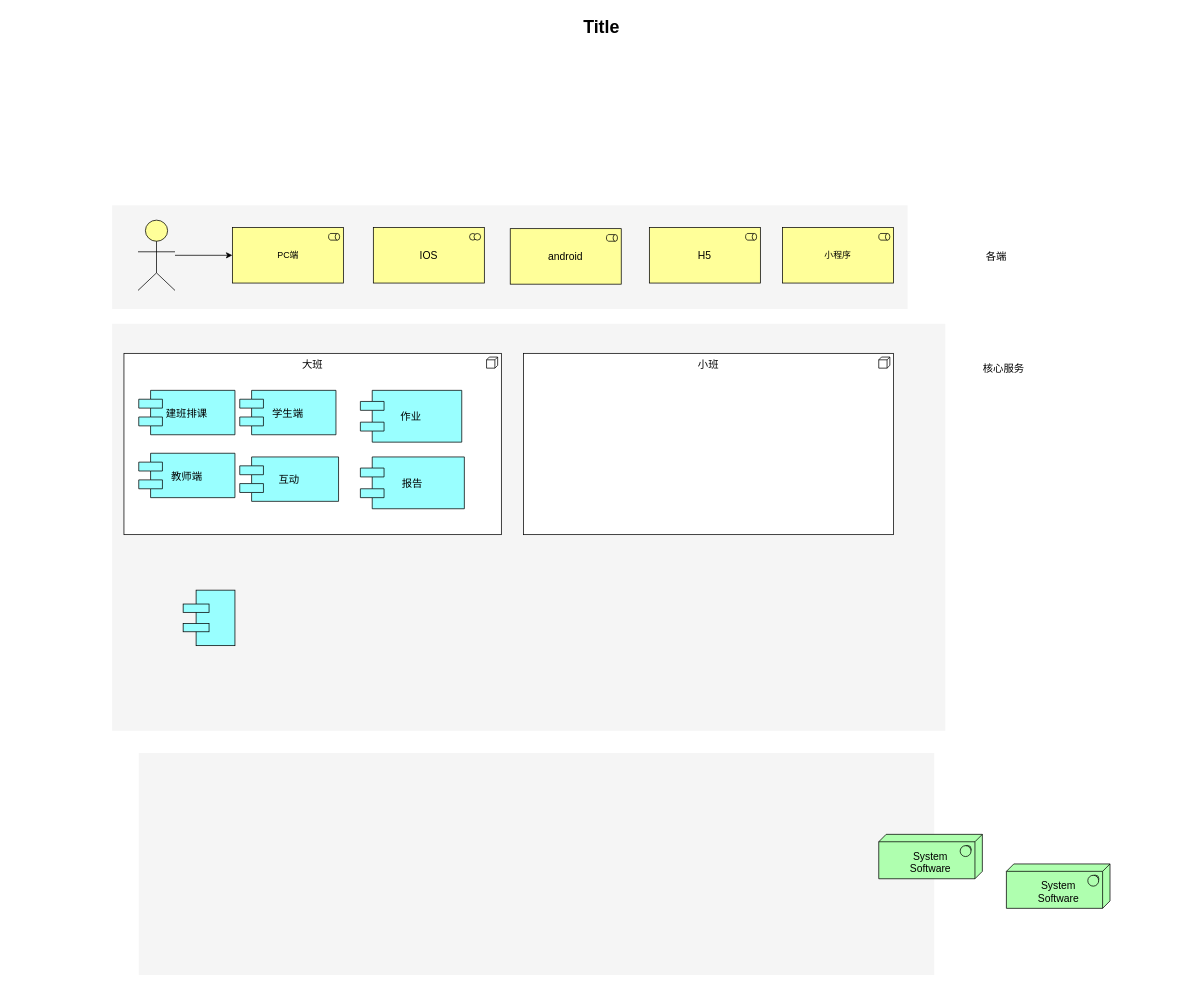
likedong/ho keeps this draw.io diagram as src/main/resources/爱学习业务架构图.drawio. Above is the earlier version. Source tidied: cells renumbered, new cells numbered last; positions are measured from the earlier drawing's top-left corner, leaving out a move shared by most shapes. Both pictures are drawn from the tidied source at 74%, with x=0, y=0 at pixel (13, 13).
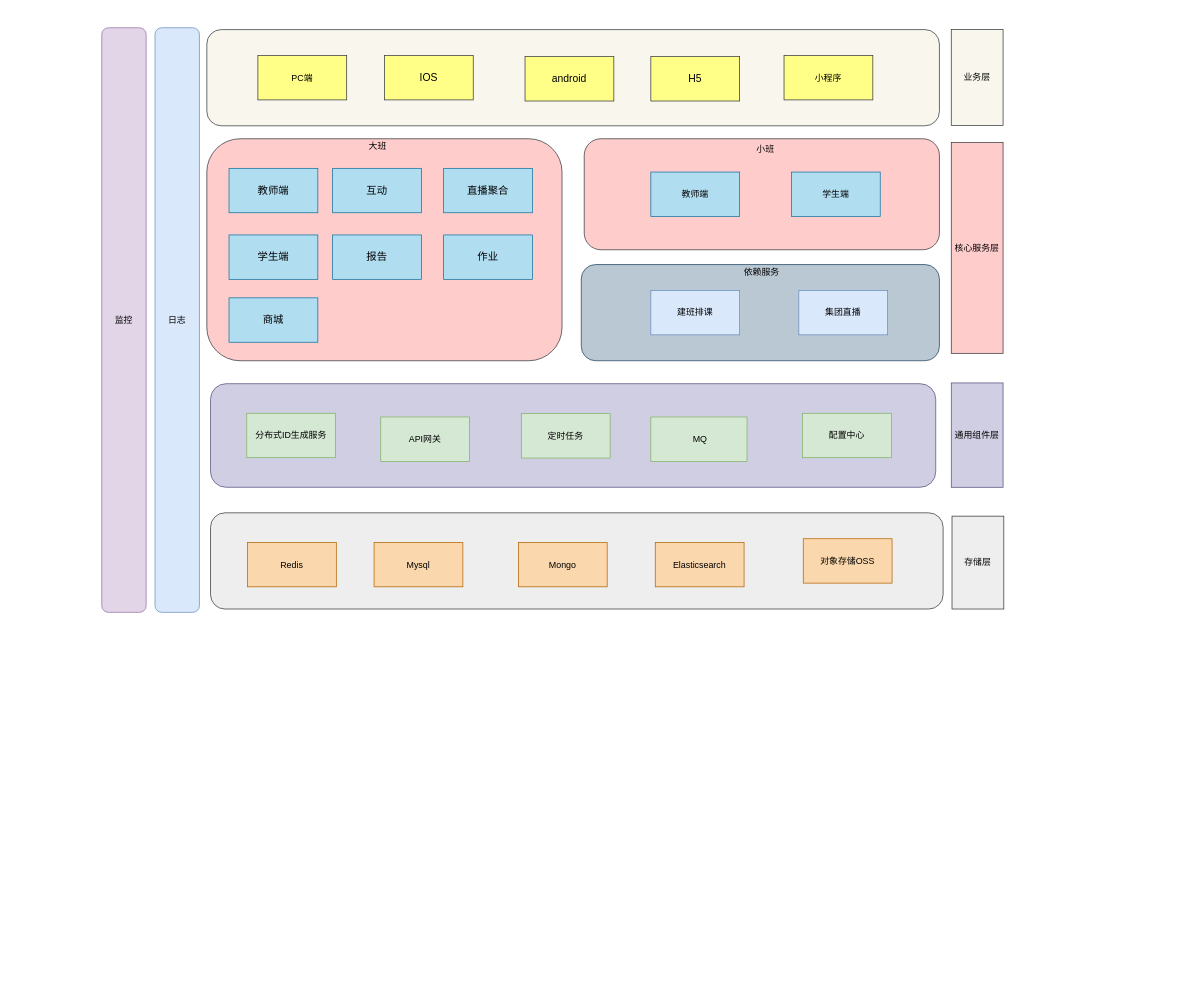
Above is the later version.

Commit message:
Update 爱学习业务架构图.drawio

What changed in the source:
```diff
@@
-    <mxCell id="2" style="whiteSpace=wrap;html=1;strokeColor=none;strokeWidth=1;fillColor=#f5f5f5;fontSize=14;" parent="1" vertex="1">
-      <mxGeometry x="170" y="1000" width="1075" height="300" as="geometry" />
-    </mxCell>
-    <mxCell id="3" style="whiteSpace=wrap;html=1;strokeColor=none;strokeWidth=1;fillColor=#f5f5f5;fontSize=14;" parent="1" vertex="1">
-      <mxGeometry x="134" y="420" width="1126" height="550" as="geometry" />
-    </mxCell>
-    <mxCell id="4" style="whiteSpace=wrap;html=1;strokeColor=none;strokeWidth=1;fillColor=#f5f5f5;fontSize=14;" parent="1" vertex="1">
-      <mxGeometry x="134" y="260" width="1075" height="140" as="geometry" />
-    </mxCell>
+    <mxCell id="26" style="rounded=1;whiteSpace=wrap;html=1;fillColor=#d0cee2;strokeColor=#56517e;" parent="1" vertex="1">
+      <mxGeometry x="267" y="501" width="980" height="140" as="geometry" />
+    </mxCell>
+    <mxCell id="27" style="rounded=1;whiteSpace=wrap;html=1;fillColor=#eeeeee;strokeColor=#36393d;" parent="1" vertex="1">
+      <mxGeometry x="267" y="675.5" width="990" height="130" as="geometry" />
+    </mxCell>
+    <mxCell id="28" style="rounded=1;whiteSpace=wrap;html=1;fillColor=#f9f7ed;strokeColor=#36393d;" parent="1" vertex="1">
+      <mxGeometry x="262" y="22.5" width="990" height="130" as="geometry" />
+    </mxCell>
+    <mxCell id="29" style="rounded=1;whiteSpace=wrap;html=1;fillColor=#ffcccc;strokeColor=#36393d;" parent="1" vertex="1">
+      <mxGeometry x="772" y="170" width="480" height="150" as="geometry" />
+    </mxCell>
+    <mxCell id="30" style="rounded=1;whiteSpace=wrap;html=1;fillColor=#ffcccc;strokeColor=#36393d;" parent="1" vertex="1">
+      <mxGeometry x="262" y="170" width="480" height="300" as="geometry" />
+    </mxCell>
+    <mxCell id="20" value="&lt;span style=&quot;font-size: 14px&quot;&gt;android&lt;/span&gt;" style="rounded=0;whiteSpace=wrap;html=1;fillColor=#ffff88;strokeColor=#36393d;" parent="1" vertex="1">
+      <mxGeometry x="692" y="59" width="120" height="60" as="geometry" />
+    </mxCell>
+    <mxCell id="18" value="PC端" style="rounded=0;whiteSpace=wrap;html=1;fillColor=#ffff88;strokeColor=#36393d;" parent="1" vertex="1">
+      <mxGeometry x="331" y="57.5" width="120" height="60" as="geometry" />
+    </mxCell>
+    <mxCell id="12" value="&lt;span style=&quot;font-size: 14px&quot;&gt;IOS&lt;/span&gt;" style="rounded=0;whiteSpace=wrap;html=1;fillColor=#ffff88;strokeColor=#36393d;" parent="1" vertex="1">
+      <mxGeometry x="502" y="57.5" width="120" height="60" as="geometry" />
+    </mxCell>
+    <mxCell id="19" value="&lt;span style=&quot;font-size: 14px&quot;&gt;H5&lt;/span&gt;" style="rounded=0;whiteSpace=wrap;html=1;fillColor=#ffff88;strokeColor=#36393d;" parent="1" vertex="1">
+      <mxGeometry x="862" y="59" width="120" height="60" as="geometry" />
+    </mxCell>
+    <mxCell id="21" value="&lt;span&gt;小程序&lt;/span&gt;" style="rounded=0;whiteSpace=wrap;html=1;fillColor=#ffff88;strokeColor=#36393d;" parent="1" vertex="1">
+      <mxGeometry x="1042" y="57.5" width="120" height="60" as="geometry" />
+    </mxCell>
+    <mxCell id="31" value="学生端" style="rounded=0;whiteSpace=wrap;html=1;fillColor=#b1ddf0;strokeColor=#10739e;" parent="1" vertex="1">
+      <mxGeometry x="1052" y="215" width="120" height="60" as="geometry" />
+    </mxCell>
+    <mxCell id="23" value="&lt;span style=&quot;font-size: 14px&quot;&gt;作业&lt;/span&gt;" style="rounded=0;whiteSpace=wrap;html=1;fillColor=#b1ddf0;strokeColor=#10739e;" parent="1" vertex="1">
+      <mxGeometry x="582" y="300" width="120" height="60" as="geometry" />
+    </mxCell>
+    <mxCell id="32" value="&lt;span style=&quot;font-size: 14px&quot;&gt;教师端&lt;/span&gt;" style="rounded=0;whiteSpace=wrap;html=1;fillColor=#b1ddf0;strokeColor=#10739e;" parent="1" vertex="1">
+      <mxGeometry x="292" y="210" width="120" height="60" as="geometry" />
+    </mxCell>
+    <mxCell id="33" value="&lt;span style=&quot;font-size: 14px&quot;&gt;商城&lt;/span&gt;" style="rounded=0;whiteSpace=wrap;html=1;fillColor=#b1ddf0;strokeColor=#10739e;" parent="1" vertex="1">
+      <mxGeometry x="292" y="385" width="120" height="60" as="geometry" />
+    </mxCell>
+    <mxCell id="24" value="&lt;span style=&quot;font-size: 14px&quot;&gt;报告&lt;/span&gt;" style="rounded=0;whiteSpace=wrap;html=1;fillColor=#b1ddf0;strokeColor=#10739e;" parent="1" vertex="1">
+      <mxGeometry x="432" y="300" width="120" height="60" as="geometry" />
+    </mxCell>
+    <mxCell id="34" value="&lt;span style=&quot;font-size: 14px&quot;&gt;学生端&lt;/span&gt;" style="rounded=0;whiteSpace=wrap;html=1;fillColor=#b1ddf0;strokeColor=#10739e;" parent="1" vertex="1">
+      <mxGeometry x="292" y="300" width="120" height="60" as="geometry" />
+    </mxCell>
+    <mxCell id="35" value="&lt;span style=&quot;font-size: 14px&quot;&gt;直播聚合&lt;/span&gt;" style="rounded=0;whiteSpace=wrap;html=1;fillColor=#b1ddf0;strokeColor=#10739e;" parent="1" vertex="1">
+      <mxGeometry x="582" y="210" width="120" height="60" as="geometry" />
+    </mxCell>
+    <mxCell id="11" value="&lt;span style=&quot;font-size: 14px&quot;&gt;互动&lt;/span&gt;" style="rounded=0;whiteSpace=wrap;html=1;fillColor=#b1ddf0;strokeColor=#10739e;" parent="1" vertex="1">
+      <mxGeometry x="432" y="210" width="120" height="60" as="geometry" />
+    </mxCell>
-    <mxCell id="5" value="大班" style="html=1;whiteSpace=wrap;shape=mxgraph.archimate3.application;appType=node;archiType=square;fontSize=14;verticalAlign=top;" parent="1" vertex="1">
-      <mxGeometry x="150" y="460" width="510" height="245" as="geometry" />
+    <mxCell id="5" value="大班" style="text;html=1;strokeColor=none;fillColor=none;align=center;verticalAlign=middle;whiteSpace=wrap;rounded=0;" parent="1" vertex="1">
+      <mxGeometry x="473" y="171" width="40" height="20" as="geometry" />
     </mxCell>
-    <mxCell id="6" value="&lt;div&gt;&lt;br&gt;&lt;/div&gt;System&lt;div&gt;Software&lt;/div&gt;" style="html=1;whiteSpace=wrap;fillColor=#AFFFAF;shape=mxgraph.archimate3.tech;techType=sysSw;fontSize=14;" parent="1" vertex="1">
-      <mxGeometry x="1170" y="1110" width="140" height="60" as="geometry" />
-    </mxCell>
-    <mxCell id="7" value="&lt;div&gt;&lt;br&gt;&lt;/div&gt;&lt;div&gt;&lt;span&gt;System&lt;/span&gt;&lt;div&gt;Software&lt;/div&gt;&lt;/div&gt;" style="html=1;whiteSpace=wrap;fillColor=#AFFFAF;shape=mxgraph.archimate3.tech;techType=sysSw;fontSize=14;" parent="1" vertex="1">
-      <mxGeometry x="1342.5" y="1150" width="140" height="60" as="geometry" />
-    </mxCell>
+    <mxCell id="36" style="rounded=1;whiteSpace=wrap;html=1;fillColor=#bac8d3;strokeColor=#23445d;" parent="1" vertex="1">
+      <mxGeometry x="768" y="340" width="484" height="130" as="geometry" />
+    </mxCell>
+    <mxCell id="22" value="小班" style="text;html=1;strokeColor=none;fillColor=none;align=center;verticalAlign=middle;whiteSpace=wrap;rounded=0;" parent="1" vertex="1">
+      <mxGeometry x="997" y="175" width="40" height="20" as="geometry" />
+    </mxCell>
+    <mxCell id="37" value="业务层" style="rounded=0;whiteSpace=wrap;html=1;fillColor=#f9f7ed;strokeColor=#36393d;" parent="1" vertex="1">
+      <mxGeometry x="1268" y="22.5" width="70" height="129.5" as="geometry" />
+    </mxCell>
+    <mxCell id="38" value="核心服务层" style="rounded=0;whiteSpace=wrap;html=1;fillColor=#ffcccc;strokeColor=#36393d;" parent="1" vertex="1">
+      <mxGeometry x="1268" y="175" width="70" height="285" as="geometry" />
+    </mxCell>
+    <mxCell id="39" value="通用组件层" style="rounded=0;whiteSpace=wrap;html=1;fillColor=#d0cee2;strokeColor=#56517e;" parent="1" vertex="1">
+      <mxGeometry x="1268" y="500" width="70" height="141" as="geometry" />
+    </mxCell>
+    <mxCell id="40" value="Redis" style="rounded=0;whiteSpace=wrap;html=1;fillColor=#fad7ac;strokeColor=#b46504;" parent="1" vertex="1">
+      <mxGeometry x="317" y="715.5" width="120" height="60" as="geometry" />
+    </mxCell>
+    <mxCell id="41" value="Mysql" style="rounded=0;whiteSpace=wrap;html=1;fillColor=#fad7ac;strokeColor=#b46504;" parent="1" vertex="1">
+      <mxGeometry x="488" y="715.5" width="120" height="60" as="geometry" />
+    </mxCell>
+    <mxCell id="42" value="&amp;nbsp;MQ" style="rounded=0;whiteSpace=wrap;html=1;fillColor=#d5e8d4;strokeColor=#82b366;" parent="1" vertex="1">
+      <mxGeometry x="862" y="546" width="130" height="60" as="geometry" />
+    </mxCell>
+    <mxCell id="43" value="Mongo" style="rounded=0;whiteSpace=wrap;html=1;fillColor=#fad7ac;strokeColor=#b46504;" parent="1" vertex="1">
+      <mxGeometry x="683" y="715.5" width="120" height="60" as="geometry" />
+    </mxCell>
+    <mxCell id="44" value="Elasticsearch" style="rounded=0;whiteSpace=wrap;html=1;fillColor=#fad7ac;strokeColor=#b46504;" parent="1" vertex="1">
+      <mxGeometry x="868" y="715.5" width="120" height="60" as="geometry" />
+    </mxCell>
+    <mxCell id="45" value="分布式ID生成服务" style="rounded=0;whiteSpace=wrap;html=1;fillColor=#d5e8d4;strokeColor=#82b366;" parent="1" vertex="1">
+      <mxGeometry x="316" y="541" width="120" height="60" as="geometry" />
+    </mxCell>
+    <mxCell id="46" value="API网关" style="rounded=0;whiteSpace=wrap;html=1;fillColor=#d5e8d4;strokeColor=#82b366;" parent="1" vertex="1">
+      <mxGeometry x="497" y="546" width="120" height="60" as="geometry" />
+    </mxCell>
+    <mxCell id="47" value="存储层" style="rounded=0;whiteSpace=wrap;html=1;fillColor=#eeeeee;strokeColor=#36393d;" parent="1" vertex="1">
+      <mxGeometry x="1269" y="680" width="70" height="125.5" as="geometry" />
+    </mxCell>
+    <mxCell id="48" value="定时任务" style="rounded=0;whiteSpace=wrap;html=1;fillColor=#d5e8d4;strokeColor=#82b366;" parent="1" vertex="1">
+      <mxGeometry x="687" y="541.5" width="120" height="60" as="geometry" />
+    </mxCell>
+    <mxCell id="49" value="对象存储OSS" style="rounded=0;whiteSpace=wrap;html=1;fillColor=#fad7ac;strokeColor=#b46504;" parent="1" vertex="1">
+      <mxGeometry x="1068" y="710.5" width="120" height="60" as="geometry" />
+    </mxCell>
+    <mxCell id="50" value="日志" style="rounded=1;whiteSpace=wrap;html=1;fillColor=#dae8fc;strokeColor=#6c8ebf;" parent="1" vertex="1">
+      <mxGeometry x="192" y="20" width="60" height="790" as="geometry" />
+    </mxCell>
+    <mxCell id="51" value="监控" style="rounded=1;whiteSpace=wrap;html=1;fillColor=#e1d5e7;strokeColor=#9673a6;" parent="1" vertex="1">
+      <mxGeometry x="120" y="20" width="60" height="790" as="geometry" />
+    </mxCell>
+    <mxCell id="52" value="配置中心" style="rounded=0;whiteSpace=wrap;html=1;fillColor=#d5e8d4;strokeColor=#82b366;" parent="1" vertex="1">
+      <mxGeometry x="1067" y="541" width="120" height="60" as="geometry" />
+    </mxCell>
-    <mxCell id="8" value="建班排课" style="shape=component;align=center;fillColor=#99ffff;gradientColor=none;fontSize=14;" parent="1" vertex="1">
-      <mxGeometry x="170" y="510" width="130" height="60" as="geometry" />
+    <mxCell id="8" value="建班排课" style="rounded=0;whiteSpace=wrap;html=1;fillColor=#dae8fc;strokeColor=#6c8ebf;" parent="1" vertex="1">
+      <mxGeometry x="862" y="375" width="120" height="60" as="geometry" />
     </mxCell>
-    <mxCell id="9" value="教师端" style="shape=component;align=center;fillColor=#99ffff;gradientColor=none;fontSize=14;" parent="1" vertex="1">
-      <mxGeometry x="170" y="595" width="130" height="60" as="geometry" />
-    </mxCell>
-    <mxCell id="10" value="学生端" style="shape=component;align=center;fillColor=#99ffff;gradientColor=none;fontSize=14;" parent="1" vertex="1">
-      <mxGeometry x="306.5" y="510" width="130" height="60" as="geometry" />
-    </mxCell>
-    <mxCell id="11" value="互动" style="shape=component;align=center;fillColor=#99ffff;gradientColor=none;fontSize=14;" parent="1" vertex="1">
-      <mxGeometry x="306.5" y="600" width="133.5" height="60" as="geometry" />
-    </mxCell>
-    <mxCell id="12" value="IOS" style="html=1;whiteSpace=wrap;fillColor=#ffff99;shape=mxgraph.archimate3.application;appType=collab;archiType=square;fontSize=14;" parent="1" vertex="1">
-      <mxGeometry x="487" y="290" width="150" height="75" as="geometry" />
-    </mxCell>
-    <mxCell id="13" value="核心服务" style="text;html=1;strokeColor=none;fillColor=none;align=center;verticalAlign=middle;whiteSpace=wrap;fontSize=14;" parent="1" vertex="1">
-      <mxGeometry x="1219" y="471" width="240" height="20" as="geometry" />
-    </mxCell>
-    <mxCell id="14" value="各端" style="text;html=1;strokeColor=none;fillColor=none;align=center;verticalAlign=middle;whiteSpace=wrap;fontSize=14;" parent="1" vertex="1">
-      <mxGeometry x="1209" y="319" width="240" height="20" as="geometry" />
-    </mxCell>
-    <mxCell id="15" style="edgeStyle=orthogonalEdgeStyle;rounded=0;jettySize=auto;html=1;entryX=0;entryY=0.5;entryDx=0;entryDy=0;entryPerimeter=0;" parent="1" edge="1" source="16" target="18">
-      <mxGeometry relative="1" as="geometry" />
-    </mxCell>
-    <mxCell id="16" style="html=1;whiteSpace=wrap;fillColor=#ffff99;shape=mxgraph.archimate3.actor;fontSize=14;" parent="1" vertex="1">
-      <mxGeometry x="169" y="280" width="50" height="95" as="geometry" />
-    </mxCell>
-    <mxCell id="17" value="Title" style="text;strokeColor=none;fillColor=none;html=1;fontSize=24;fontStyle=1;verticalAlign=middle;align=center;" parent="1" vertex="1">
-      <mxGeometry width="1590" height="40" as="geometry" />
-    </mxCell>
-    <mxCell id="18" value="PC端" style="html=1;outlineConnect=0;whiteSpace=wrap;fillColor=#ffff99;shape=mxgraph.archimate3.application;appType=role;archiType=square;" parent="1" vertex="1">
-      <mxGeometry x="296.5" y="290" width="150" height="75" as="geometry" />
-    </mxCell>
-    <mxCell id="19" value="&lt;span style=&quot;font-size: 14px&quot;&gt;H5&lt;/span&gt;" style="html=1;whiteSpace=wrap;fillColor=#ffff99;shape=mxgraph.archimate3.application;appType=role;archiType=square;" parent="1" vertex="1">
-      <mxGeometry x="860" y="290" width="150" height="75" as="geometry" />
-    </mxCell>
-    <mxCell id="20" value="&lt;span style=&quot;font-size: 14px&quot;&gt;android&lt;/span&gt;" style="html=1;whiteSpace=wrap;fillColor=#ffff99;shape=mxgraph.archimate3.application;appType=role;archiType=square;" parent="1" vertex="1">
-      <mxGeometry x="672" y="291.5" width="150" height="75" as="geometry" />
-    </mxCell>
-    <mxCell id="21" value="小程序" style="html=1;whiteSpace=wrap;fillColor=#ffff99;shape=mxgraph.archimate3.application;appType=role;archiType=square;" parent="1" vertex="1">
-      <mxGeometry x="1040" y="290" width="150" height="75" as="geometry" />
-    </mxCell>
-    <mxCell id="22" value="小班" style="html=1;whiteSpace=wrap;shape=mxgraph.archimate3.application;appType=node;archiType=square;fontSize=14;verticalAlign=top;" parent="1" vertex="1">
-      <mxGeometry x="690" y="460" width="500" height="245" as="geometry" />
-    </mxCell>
-    <mxCell id="23" value="作业" style="shape=component;align=center;fillColor=#99ffff;gradientColor=none;fontSize=14;" parent="1" vertex="1">
-      <mxGeometry x="469.5" y="510" width="137" height="70" as="geometry" />
-    </mxCell>
-    <mxCell id="24" value="报告" style="shape=component;align=center;fillColor=#99ffff;gradientColor=none;fontSize=14;" parent="1" vertex="1">
-      <mxGeometry x="469.5" y="600" width="140.5" height="70" as="geometry" />
-    </mxCell>
-    <mxCell id="25" style="html=1;whiteSpace=wrap;fillColor=#99ffff;shape=mxgraph.archimate3.component;" parent="1" vertex="1">
-      <mxGeometry x="230" y="780" width="70" height="75" as="geometry" />
-    </mxCell>
+    <mxCell id="53" value="集团直播" style="rounded=0;whiteSpace=wrap;html=1;fillColor=#dae8fc;strokeColor=#6c8ebf;" parent="1" vertex="1">
+      <mxGeometry x="1062" y="375" width="120" height="60" as="geometry" />
+    </mxCell>
+    <mxCell id="54" value="依赖服务" style="text;html=1;strokeColor=none;fillColor=none;align=center;verticalAlign=middle;whiteSpace=wrap;rounded=0;" parent="1" vertex="1">
+      <mxGeometry x="982" y="341" width="60" height="20" as="geometry" />
+    </mxCell>
+    <mxCell id="55" value="教师端" style="rounded=0;whiteSpace=wrap;html=1;fillColor=#b1ddf0;strokeColor=#10739e;" parent="1" vertex="1">
+      <mxGeometry x="862" y="215" width="120" height="60" as="geometry" />
+    </mxCell>
```
